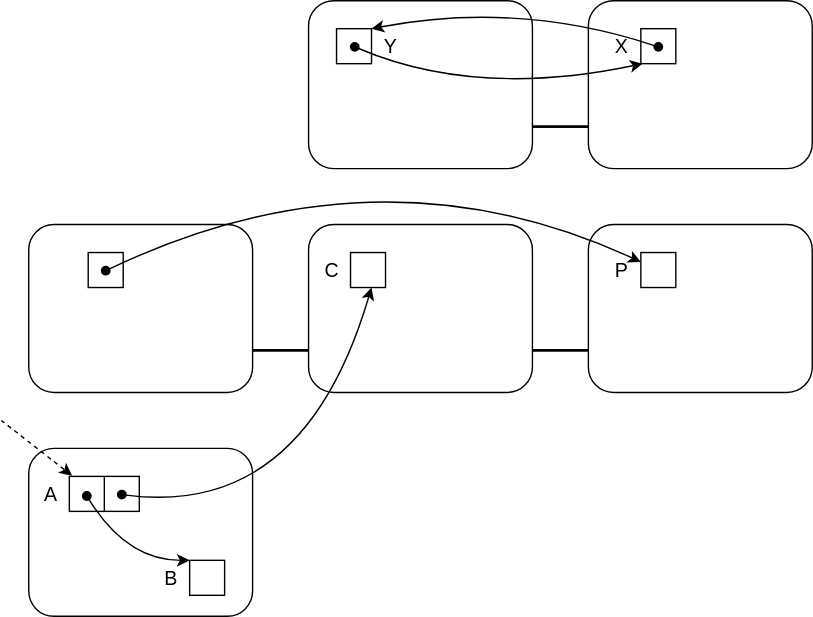
The draw.io diagram assets/img/lecture_materials/GarbageCollection/ch7/train-4.drawio.svg in drop-stones/slides, before a commit. Source tidied: cells renumbered, new cells last; positions are measured from the earlier drawing's top-left corner, leaving out a move shared by most shapes.
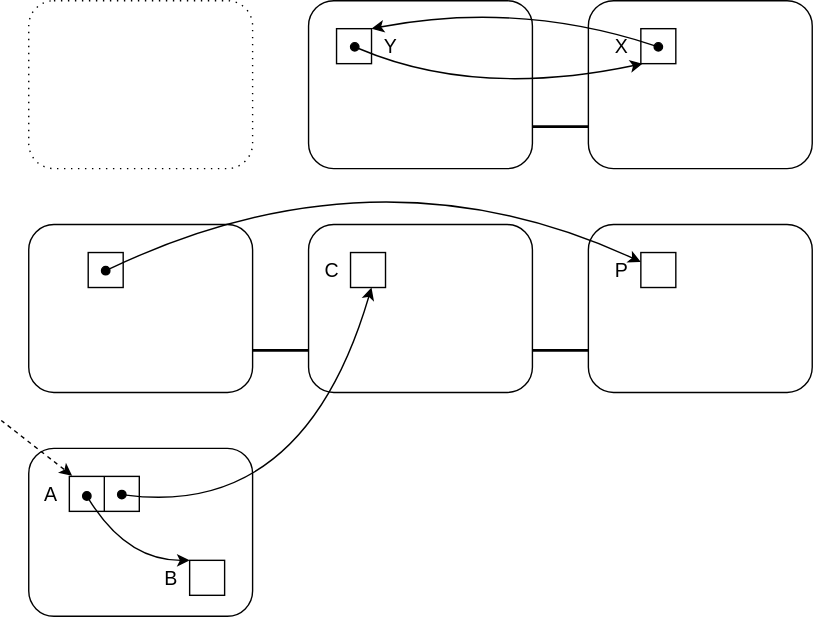
Later version of the same file.

Change to the diagram source:
```diff
@@ -159,5 +159,8 @@
         </Array>
       </mxGeometry>
     </mxCell>
+    <mxCell id="45" style="rounded=1;whiteSpace=wrap;html=1;fillColor=none;dashed=1;dashPattern=1 4;" parent="1" vertex="1">
+      <mxGeometry x="20" width="160" height="120" as="geometry" />
+    </mxCell>
   </root>
 </mxGraphModel>
```
